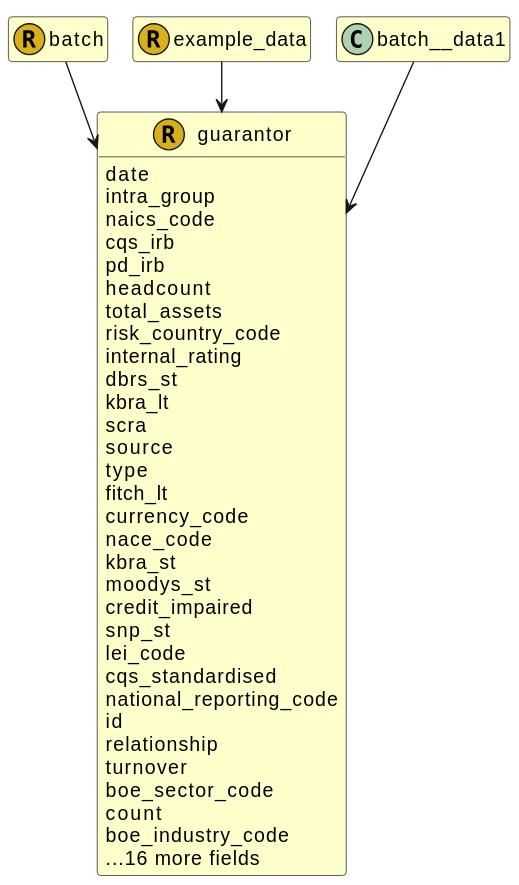
Before: images/fire.model.guarantor.svg, a diagram exported from PlantUML (Schemarise/demo-alfa-with-fire-json-model). Source of this version:
```plantuml
@startuml
!pragma layout smetana

skinparam ClassBackgroundColor #BUSINESS
hide empty methods
hide empty fields
skinparam backgroundColor transparent
set namespaceSeparator none




class guarantor << (R,D9B01C) >> {

  date
  intra_group
  naics_code
  cqs_irb
  pd_irb
  headcount
  total_assets
  risk_country_code
  internal_rating
  dbrs_st
  kbra_lt
  scra
  source
  type
  fitch_lt
  currency_code
  nace_code
  kbra_st
  moodys_st
  credit_impaired
  snp_st
  lei_code
  cqs_standardised
  national_reporting_code
  id
  relationship
  turnover
  boe_sector_code
  count
  boe_industry_code
  ...16 more fields




}

class batch << (R,D9B01C) >> {





}

class example_data << (R,D9B01C) >> {





}

batch --> guarantor
batch__data1 --> guarantor
example_data --> guarantor

@enduml
```
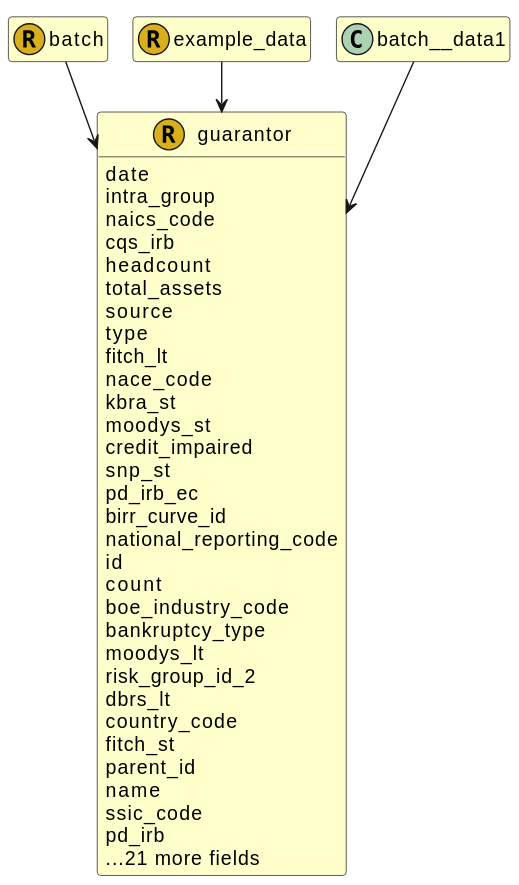
After the change.

The edit, as a diff of the source:
```diff
@@ -16,33 +16,33 @@
   intra_group
   naics_code
   cqs_irb
-  pd_irb
   headcount
   total_assets
-  risk_country_code
-  internal_rating
-  dbrs_st
-  kbra_lt
-  scra
   source
   type
   fitch_lt
-  currency_code
   nace_code
   kbra_st
   moodys_st
   credit_impaired
   snp_st
-  lei_code
-  cqs_standardised
+  pd_irb_ec
+  birr_curve_id
   national_reporting_code
   id
-  relationship
-  turnover
-  boe_sector_code
   count
   boe_industry_code
-  ...16 more fields
+  bankruptcy_type
+  moodys_lt
+  risk_group_id_2
+  dbrs_lt
+  country_code
+  fitch_st
+  parent_id
+  name
+  ssic_code
+  pd_irb
+  ...21 more fields
 
 
 
```
